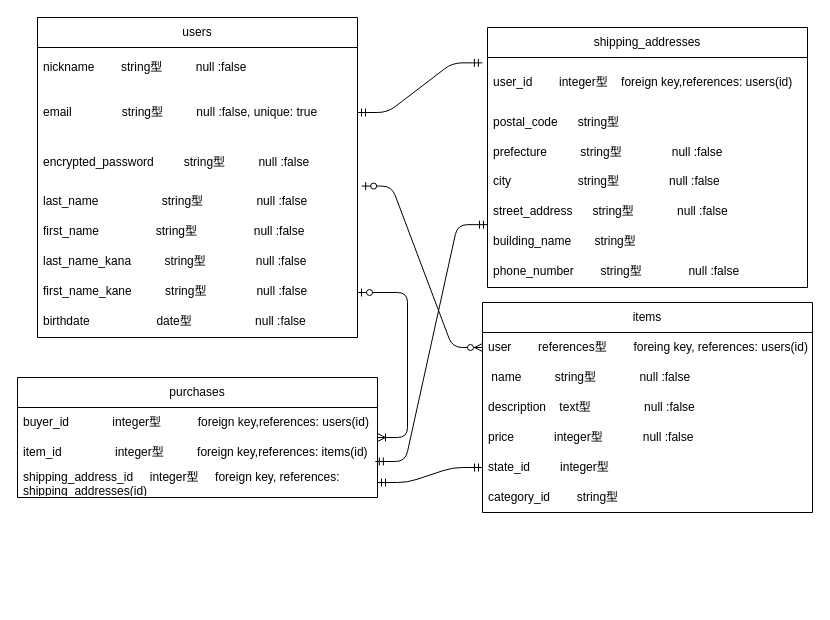
Before: page "ページ1" (1 of 2) of ed_zu.dio in aisu0392/furima-39899, a draw.io diagram. Source tidied: cells renumbered, new cells numbered last; positions are measured from the earlier drawing's top-left corner, leaving out a move shared by most shapes. Both pictures are drawn from the tidied source at 100%, with x=0, y=0 at pixel (17, 17).
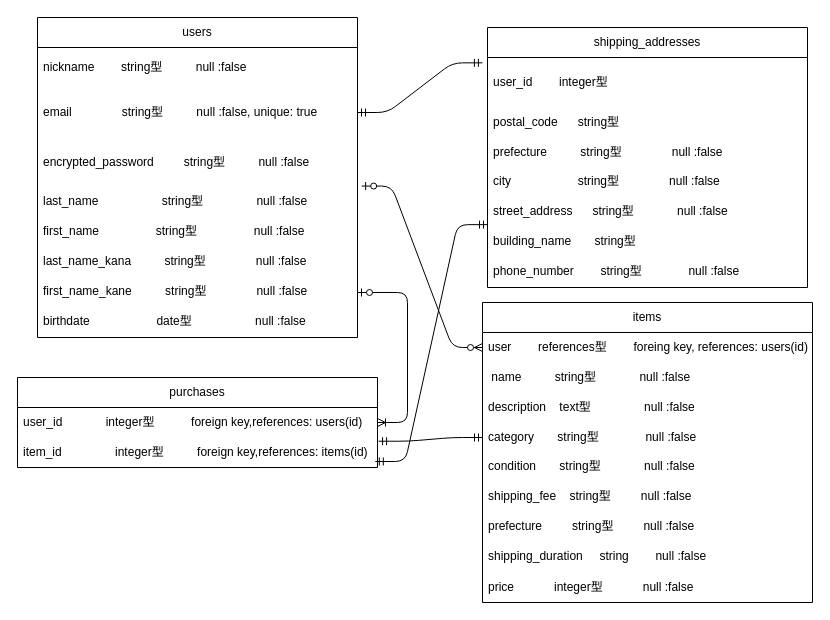
Above is the later version.

Commit message (it also covers changes not shown here):
修正しました

The change refers to these unchanged cells:
```xml
<mxCell id="20" value="item_id&amp;nbsp; &amp;nbsp; &amp;nbsp; &amp;nbsp; &amp;nbsp; &amp;nbsp; &amp;nbsp; &amp;nbsp; integer型&amp;nbsp; &amp;nbsp; &amp;nbsp; &amp;nbsp; &amp;nbsp; foreign key,references: items(id)" style="text;strokeColor=none;fillColor=none;align=left;verticalAlign=middle;spacingLeft=4;spacingRight=4;overflow=hidden;points=[[0,0.5],[1,0.5]];portConstraint=eastwest;whiteSpace=wrap;html=1;" parent="18" vertex="1">
  <mxGeometry y="60" width="360" height="30" as="geometry" />
</mxCell>
<mxCell id="22" value="shipping_addresses" style="swimlane;fontStyle=0;horizontal=1;startSize=30;whiteSpace=wrap;html=1;" parent="1" vertex="1">
  <mxGeometry x="470" y="10" width="320" height="260" as="geometry" />
</mxCell>
<mxCell id="28" value="building_name       string型        " style="text;strokeColor=none;fillColor=none;spacingLeft=4;spacingRight=4;overflow=hidden;points=[[0,0.5],[1,0.5]];portConstraint=eastwest;fontSize=12;" parent="22" vertex="1">
  <mxGeometry y="200" width="320" height="30" as="geometry" />
</mxCell>
```

What changed in the source:
```diff
@@
     <mxCell id="11" value="items" style="swimlane;fontStyle=0;horizontal=1;startSize=30;whiteSpace=wrap;html=1;" parent="1" vertex="1">
-      <mxGeometry x="465" y="285" width="330" height="210" as="geometry" />
+      <mxGeometry x="465" y="285" width="330" height="300" as="geometry" />
     </mxCell>
@@
+    <mxCell id="17" value="category&amp;nbsp; &amp;nbsp; &amp;nbsp; &amp;nbsp;string型&amp;nbsp; &amp;nbsp; &amp;nbsp; &amp;nbsp; &amp;nbsp; &amp;nbsp; &amp;nbsp; null :false" style="text;strokeColor=none;fillColor=none;align=left;verticalAlign=middle;spacingLeft=4;spacingRight=4;overflow=hidden;whiteSpace=wrap;html=1;" parent="11" vertex="1">
+      <mxGeometry y="120" width="330" height="30" as="geometry" />
+    </mxCell>
+    <mxCell id="35" value="condition       string型             null :false" style="text;strokeColor=none;fillColor=none;spacingLeft=4;spacingRight=4;overflow=hidden;fontSize=12;" parent="11" vertex="1">
+      <mxGeometry y="150" width="330" height="30" as="geometry" />
+    </mxCell>
+    <mxCell id="36" value="shipping_fee    string型         null :false" style="text;strokeColor=none;fillColor=none;spacingLeft=4;spacingRight=4;overflow=hidden;fontSize=12;" parent="11" vertex="1">
+      <mxGeometry y="180" width="330" height="30" as="geometry" />
+    </mxCell>
+    <mxCell id="37" value="prefecture         string型         null :false" style="text;strokeColor=none;fillColor=none;spacingLeft=4;spacingRight=4;overflow=hidden;fontSize=12;" parent="11" vertex="1">
+      <mxGeometry y="210" width="330" height="30" as="geometry" />
+    </mxCell>
+    <mxCell id="38" value="shipping_duration     string        null :false" style="text;strokeColor=none;fillColor=none;spacingLeft=4;spacingRight=4;overflow=hidden;fontSize=12;" parent="11" vertex="1">
+      <mxGeometry y="240" width="330" height="30" as="geometry" />
+    </mxCell>
     <mxCell id="15" value="price&amp;nbsp; &amp;nbsp; &amp;nbsp; &amp;nbsp; &amp;nbsp; &amp;nbsp; integer型&amp;nbsp; &amp;nbsp; &amp;nbsp; &amp;nbsp; &amp;nbsp; &amp;nbsp; null :false" style="text;strokeColor=none;fillColor=none;align=left;verticalAlign=middle;spacingLeft=4;spacingRight=4;overflow=hidden;whiteSpace=wrap;html=1;" parent="11" vertex="1">
-      <mxGeometry y="120" width="330" height="30" as="geometry" />
+      <mxGeometry y="270" width="330" height="30" as="geometry" />
     </mxCell>
-    <mxCell id="16" value="state_id&amp;nbsp; &amp;nbsp; &amp;nbsp; &amp;nbsp; &amp;nbsp;integer型" style="text;strokeColor=none;fillColor=none;align=left;verticalAlign=middle;spacingLeft=4;spacingRight=4;overflow=hidden;points=[[0,0.5],[1,0.5]];portConstraint=eastwest;whiteSpace=wrap;html=1;" parent="11" vertex="1">
-      <mxGeometry y="150" width="330" height="30" as="geometry" />
-    </mxCell>
-    <mxCell id="17" value="category_id&amp;nbsp; &amp;nbsp; &amp;nbsp; &amp;nbsp; string型" style="text;strokeColor=none;fillColor=none;align=left;verticalAlign=middle;spacingLeft=4;spacingRight=4;overflow=hidden;whiteSpace=wrap;html=1;" parent="11" vertex="1">
-      <mxGeometry y="180" width="330" height="30" as="geometry" />
-    </mxCell>
     <mxCell id="18" value="purchases" style="swimlane;fontStyle=0;horizontal=1;startSize=30;whiteSpace=wrap;html=1;" parent="1" vertex="1">
-      <mxGeometry y="360" width="360" height="120" as="geometry" />
+      <mxGeometry y="360" width="360" height="90" as="geometry" />
     </mxCell>
-    <mxCell id="19" value="buyer_id&amp;nbsp; &amp;nbsp; &amp;nbsp; &amp;nbsp; &amp;nbsp; &amp;nbsp; &amp;nbsp;integer型&amp;nbsp; &amp;nbsp; &amp;nbsp; &amp;nbsp; &amp;nbsp; &amp;nbsp;foreign key,references: users(id)" style="text;strokeColor=none;fillColor=none;align=left;verticalAlign=middle;spacingLeft=4;spacingRight=4;overflow=hidden;whiteSpace=wrap;html=1;" parent="18" vertex="1">
+    <mxCell id="19" value="user_id&amp;nbsp; &amp;nbsp; &amp;nbsp; &amp;nbsp; &amp;nbsp; &amp;nbsp; &amp;nbsp;integer型&amp;nbsp; &amp;nbsp; &amp;nbsp; &amp;nbsp; &amp;nbsp; &amp;nbsp;foreign key,references: users(id)" style="text;strokeColor=none;fillColor=none;align=left;verticalAlign=middle;spacingLeft=4;spacingRight=4;overflow=hidden;whiteSpace=wrap;html=1;" parent="18" vertex="1">
       <mxGeometry y="30" width="360" height="30" as="geometry" />
     </mxCell>
@@
-    <mxCell id="21" value="shipping_address_id&amp;nbsp; &amp;nbsp; &amp;nbsp;integer型&amp;nbsp; &amp;nbsp; &amp;nbsp;foreign key, references: shipping_addresses(id)" style="text;strokeColor=none;fillColor=none;align=left;verticalAlign=middle;spacingLeft=4;spacingRight=4;overflow=hidden;points=[[0,0.5],[1,0.5]];portConstraint=eastwest;whiteSpace=wrap;html=1;" parent="18" vertex="1">
-      <mxGeometry y="90" width="360" height="30" as="geometry" />
-    </mxCell>
@@
-    <mxCell id="23" value="user_id&amp;nbsp; &amp;nbsp; &amp;nbsp; &amp;nbsp; integer型&amp;nbsp; &amp;nbsp; foreign key,references: users(id)" style="text;strokeColor=none;fillColor=none;align=left;verticalAlign=middle;spacingLeft=4;spacingRight=4;overflow=hidden;points=[[0,0.5],[1,0.5]];portConstraint=eastwest;whiteSpace=wrap;html=1;" parent="22" vertex="1">
+    <mxCell id="23" value="user_id&amp;nbsp; &amp;nbsp; &amp;nbsp; &amp;nbsp; integer型&amp;nbsp; &amp;nbsp;&amp;nbsp;" style="text;strokeColor=none;fillColor=none;align=left;verticalAlign=middle;spacingLeft=4;spacingRight=4;overflow=hidden;points=[[0,0.5],[1,0.5]];portConstraint=eastwest;whiteSpace=wrap;html=1;" parent="22" vertex="1">
       <mxGeometry y="30" width="320" height="50" as="geometry" />
     </mxCell>
@@
-    <mxCell id="33" style="edgeStyle=entityRelationEdgeStyle;fontSize=12;html=1;endArrow=ERmandOne;startArrow=ERmandOne;entryX=0;entryY=0.5;entryDx=0;entryDy=0;exitX=1;exitY=0.5;exitDx=0;exitDy=0;" parent="1" edge="1" source="21" target="16">
-      <mxGeometry relative="1" as="geometry" />
+    <mxCell id="33" style="edgeStyle=entityRelationEdgeStyle;fontSize=12;html=1;endArrow=ERmandOne;startArrow=ERmandOne;entryX=0;entryY=0.5;entryDx=0;entryDy=0;exitX=1.003;exitY=0.124;exitDx=0;exitDy=0;exitPerimeter=0;" parent="1" edge="1" source="20">
+      <mxGeometry relative="1" as="geometry">
+        <mxPoint x="465" y="420" as="targetPoint" />
+      </mxGeometry>
     </mxCell>
-    <mxCell id="34" style="edgeStyle=entityRelationEdgeStyle;fontSize=12;html=1;endArrow=ERmandOne;startArrow=ERmandOne;entryX=0;entryY=-0.095;entryDx=0;entryDy=0;entryPerimeter=0;exitX=0.994;exitY=-0.2;exitDx=0;exitDy=0;exitPerimeter=0;" parent="1" edge="1" source="21" target="28">
-      <mxGeometry relative="1" as="geometry" />
+    <mxCell id="34" style="edgeStyle=entityRelationEdgeStyle;fontSize=12;html=1;endArrow=ERmandOne;startArrow=ERmandOne;entryX=0;entryY=-0.095;entryDx=0;entryDy=0;entryPerimeter=0;exitX=0.994;exitY=-0.2;exitDx=0;exitDy=0;exitPerimeter=0;" parent="1" edge="1" target="28">
+      <mxGeometry relative="1" as="geometry">
+        <mxPoint x="357.8" y="444" as="sourcePoint" />
+      </mxGeometry>
     </mxCell>
```
